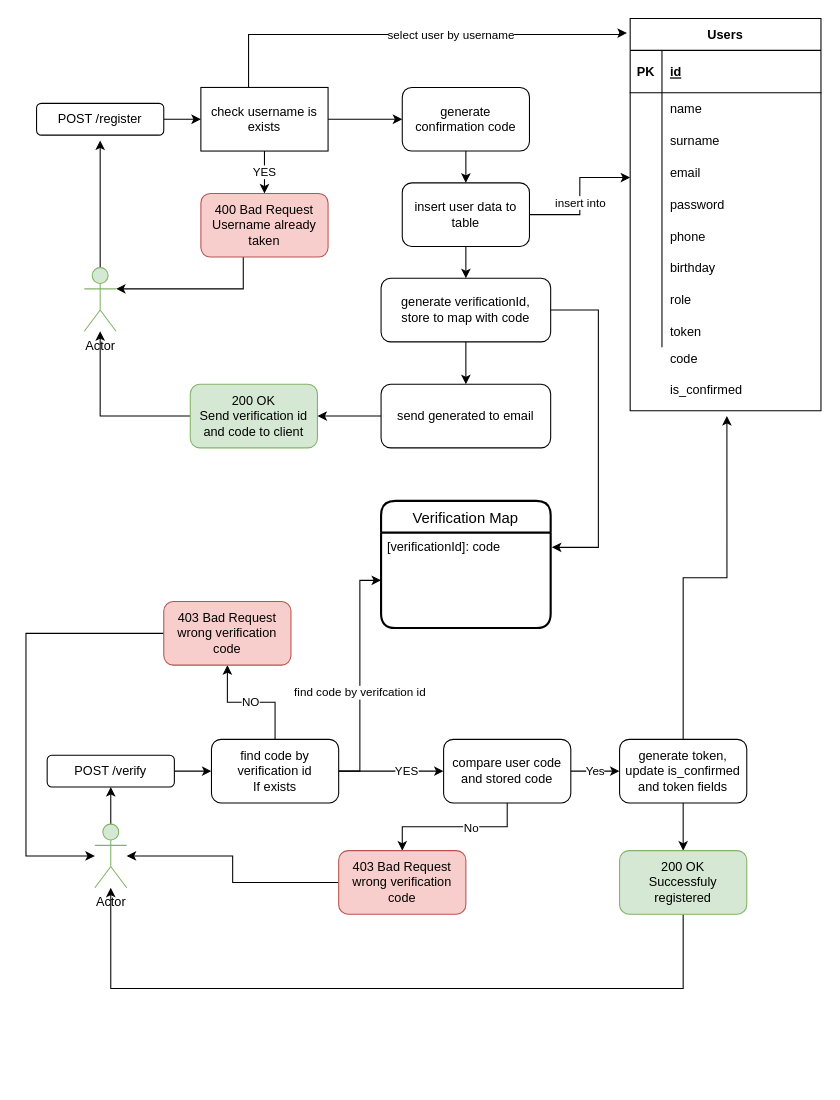
Earlier version of the draw.io diagram page "Страница 1" (1 of 2) of Faveo/API Specification/Диаграмма без названия.drawio (DATA-Juniors/specifications). Source tidied: cells renumbered, new cells numbered last; positions are measured from the earlier drawing's top-left corner, leaving out a move shared by most shapes. Both pictures are drawn from the tidied source at 106%, with x=0, y=0 at pixel (25, 18).
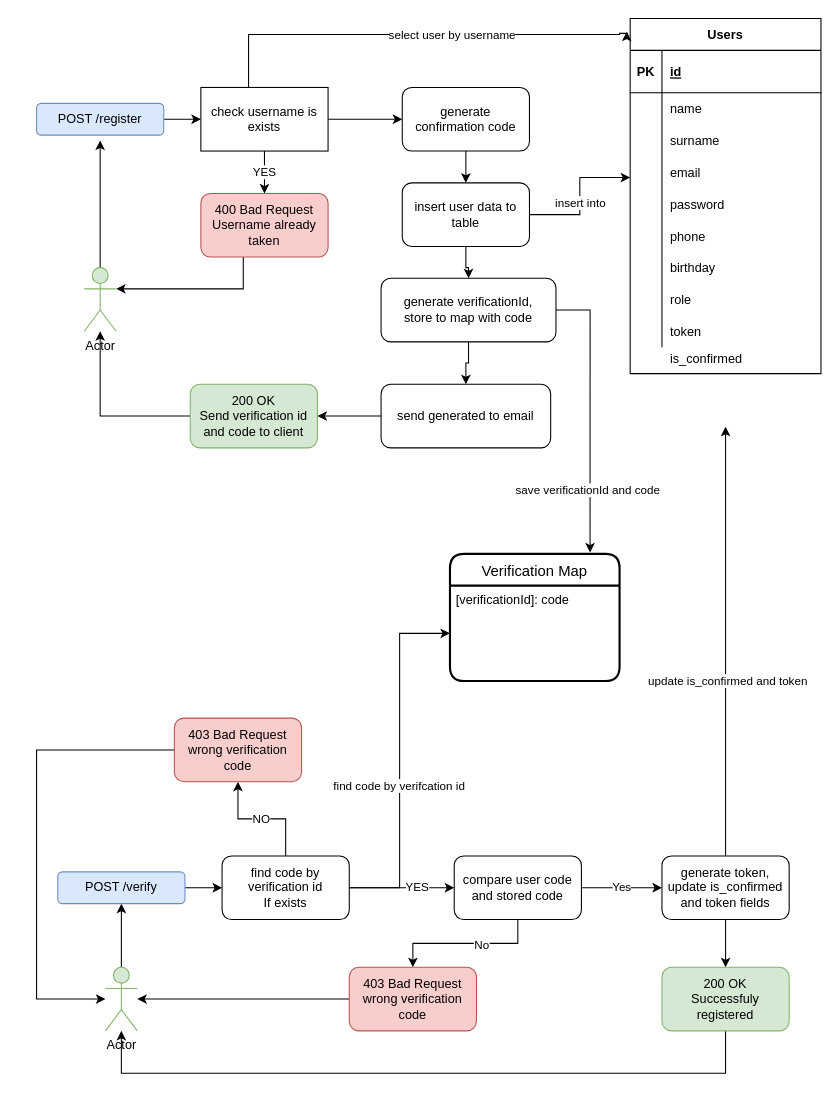
Above is the later version.

The change refers to these unchanged cells:
```xml
<mxCell id="47" style="shape=tableRow;horizontal=0;startSize=0;swimlaneHead=0;swimlaneBody=0;fillColor=none;points=[[0,0.5],[1,0.5]];portConstraint=eastwest;top=0;left=0;right=0;bottom=0;" parent="1" vertex="1">
  <mxGeometry x="570" y="345" width="180" height="30" as="geometry" />
</mxCell>
<mxCell id="63" value="[verificationId]: code" style="align=left;strokeColor=none;fillColor=none;spacingLeft=4;fontSize=12;verticalAlign=top;" parent="62" vertex="1">
  <mxGeometry y="30" width="160" height="90" as="geometry" />
</mxCell>
```

What changed in the source:
```diff
@@
-    <mxCell id="5" value="POST /register" style="rounded=1;whiteSpace=wrap;html=1;" parent="1" vertex="1">
+    <mxCell id="5" value="POST /register" style="rounded=1;whiteSpace=wrap;html=1;fillColor=#dae8fc;strokeColor=#6c8ebf;" parent="1" vertex="1">
       <mxGeometry x="10" y="80" width="120" height="30" as="geometry" />
     </mxCell>
     <mxCell id="6" value="Users" style="shape=table;startSize=30;childLayout=tableLayout;rowLines=0;fontStyle=1;align=center;" parent="1" vertex="1">
-      <mxGeometry x="570" width="180" height="370" as="geometry" />
+      <mxGeometry x="570" width="180" height="335" as="geometry" />
     </mxCell>
@@
-    <mxCell id="49" value="code" style="shape=partialRectangle;fillColor=none;top=0;left=0;bottom=0;right=0;align=left;spacingLeft=6;overflow=hidden;" parent="1" vertex="1">
-      <mxGeometry x="600" y="305" width="150" height="30" as="geometry" />
-    </mxCell>
     <mxCell id="50" value="is_confirmed" style="shape=partialRectangle;fillColor=none;top=0;left=0;bottom=0;right=0;align=left;spacingLeft=6;overflow=hidden;" parent="1" vertex="1">
-      <mxGeometry x="600" y="335" width="150" height="30" as="geometry" />
+      <mxGeometry x="600" y="305" width="150" height="30" as="geometry" />
     </mxCell>
@@
-    <mxCell id="52" style="edgeStyle=orthogonalEdgeStyle;rounded=0;jettySize=auto;html=1;entryX=1.007;entryY=0.154;entryDx=0;entryDy=0;entryPerimeter=0;" parent="1" edge="1" source="53" target="63">
-      <mxGeometry relative="1" as="geometry">
-        <Array as="points">
-          <mxPoint x="540" y="275" />
-          <mxPoint x="540" y="499" />
-        </Array>
-      </mxGeometry>
-    </mxCell>
+    <mxCell id="83" style="edgeStyle=orthogonalEdgeStyle;rounded=0;jettySize=auto;html=1;entryX=0.826;entryY=-0.011;entryDx=0;entryDy=0;entryPerimeter=0;" parent="1" edge="1" source="53" target="62">
+      <mxGeometry relative="1" as="geometry">
+        <Array as="points">
+          <mxPoint x="532" y="275" />
+        </Array>
+      </mxGeometry>
+    </mxCell>
+    <mxCell id="84" value="save verificationId and code" style="edgeLabel;html=1;align=center;verticalAlign=middle;" parent="83" vertex="1">
+      <mxGeometry x="0.28" y="-3" relative="1" as="geometry">
+        <mxPoint y="35" as="offset" />
+      </mxGeometry>
+    </mxCell>
     <mxCell id="53" value="generate verificationId, &lt;br&gt;store to map with code" style="rounded=1;whiteSpace=wrap;html=1;" parent="1" vertex="1">
-      <mxGeometry x="335" y="245" width="160" height="60" as="geometry" />
+      <mxGeometry x="335" y="245" width="165" height="60" as="geometry" />
     </mxCell>
@@
     <mxCell id="59" value="Actor" style="shape=umlActor;verticalLabelPosition=bottom;verticalAlign=top;html=1;outlineConnect=0;fillColor=#d5e8d4;strokeColor=#82b366;" parent="1" vertex="1">
-      <mxGeometry x="65" y="760" width="30" height="60" as="geometry" />
+      <mxGeometry x="75" y="895" width="30" height="60" as="geometry" />
     </mxCell>
@@
-    <mxCell id="61" value="POST /verify" style="rounded=1;whiteSpace=wrap;html=1;" parent="1" vertex="1">
-      <mxGeometry x="20" y="695" width="120" height="30" as="geometry" />
+    <mxCell id="61" value="POST /verify" style="rounded=1;whiteSpace=wrap;html=1;fillColor=#dae8fc;strokeColor=#6c8ebf;" parent="1" vertex="1">
+      <mxGeometry x="30" y="805" width="120" height="30" as="geometry" />
     </mxCell>
     <mxCell id="62" value="Verification Map" style="swimlane;horizontal=1;startSize=30;rounded=1;fontSize=14;fontStyle=0;strokeWidth=2;shadow=0;dashed=0;align=center;" parent="1" vertex="1">
-      <mxGeometry x="335" y="455" width="160" height="120" as="geometry" />
+      <mxGeometry x="400" y="505" width="160" height="120" as="geometry" />
     </mxCell>
@@
     <mxCell id="69" value="find code by verification id&lt;br&gt;If exists" style="rounded=1;whiteSpace=wrap;html=1;" parent="1" vertex="1">
-      <mxGeometry x="175" y="680" width="120" height="60" as="geometry" />
+      <mxGeometry x="185" y="790" width="120" height="60" as="geometry" />
     </mxCell>
@@
     <mxCell id="73" value="compare user code and stored code" style="rounded=1;whiteSpace=wrap;html=1;" parent="1" vertex="1">
-      <mxGeometry x="394" y="680" width="120" height="60" as="geometry" />
+      <mxGeometry x="404" y="790" width="120" height="60" as="geometry" />
     </mxCell>
     <mxCell id="74" style="edgeStyle=orthogonalEdgeStyle;rounded=0;jettySize=auto;html=1;" parent="1" edge="1" source="75" target="59">
       <mxGeometry x="0.09" y="-100" relative="1" as="geometry">
         <Array as="points">
-          <mxPoint y="580" />
-          <mxPoint y="790" />
+          <mxPoint x="10" y="690" />
+          <mxPoint x="10" y="925" />
         </Array>
       </mxGeometry>
     </mxCell>
     <mxCell id="75" value="403 Bad Request&lt;br&gt;wrong verification code" style="rounded=1;whiteSpace=wrap;html=1;fillColor=#f8cecc;strokeColor=#b85450;" parent="1" vertex="1">
-      <mxGeometry x="130" y="550" width="120" height="60" as="geometry" />
+      <mxGeometry x="140" y="660" width="120" height="60" as="geometry" />
     </mxCell>
@@
     <mxCell id="77" value="403 Bad Request&lt;br style=&quot;border-color: var(--border-color);&quot;&gt;wrong verification code" style="rounded=1;whiteSpace=wrap;html=1;fillColor=#f8cecc;strokeColor=#b85450;" parent="1" vertex="1">
-      <mxGeometry x="295" y="785" width="120" height="60" as="geometry" />
+      <mxGeometry x="305" y="895" width="120" height="60" as="geometry" />
     </mxCell>
-    <mxCell id="78" style="edgeStyle=orthogonalEdgeStyle;rounded=0;jettySize=auto;html=1;entryX=0.507;entryY=1;entryDx=0;entryDy=0;entryPerimeter=0;" parent="1" edge="1" source="80" target="47">
-      <mxGeometry relative="1" as="geometry" />
-    </mxCell>
@@
+    <mxCell id="85" style="edgeStyle=orthogonalEdgeStyle;rounded=0;jettySize=auto;html=1;" parent="1" edge="1" source="80">
+      <mxGeometry relative="1" as="geometry">
+        <mxPoint x="660" y="385" as="targetPoint" />
+      </mxGeometry>
+    </mxCell>
+    <mxCell id="86" value="update is_confirmed and token" style="edgeLabel;html=1;align=center;verticalAlign=middle;" parent="85" vertex="1">
+      <mxGeometry x="-0.18" y="-1" relative="1" as="geometry" />
+    </mxCell>
     <mxCell id="80" value="generate token, update is_confirmed and token fields" style="rounded=1;whiteSpace=wrap;html=1;" parent="1" vertex="1">
-      <mxGeometry x="560" y="680" width="120" height="60" as="geometry" />
+      <mxGeometry x="600" y="790" width="120" height="60" as="geometry" />
     </mxCell>
     <mxCell id="81" style="edgeStyle=orthogonalEdgeStyle;rounded=0;jettySize=auto;html=1;" parent="1" edge="1" source="82" target="59">
       <mxGeometry relative="1" as="geometry">
         <Array as="points">
-          <mxPoint x="620" y="915" />
-          <mxPoint x="80" y="915" />
+          <mxPoint x="660" y="995" />
+          <mxPoint x="90" y="995" />
         </Array>
       </mxGeometry>
     </mxCell>
     <mxCell id="82" value="200 OK&lt;br&gt;Successfuly registered" style="rounded=1;whiteSpace=wrap;html=1;fillColor=#d5e8d4;strokeColor=#82b366;" parent="1" vertex="1">
-      <mxGeometry x="560" y="785" width="120" height="60" as="geometry" />
+      <mxGeometry x="600" y="895" width="120" height="60" as="geometry" />
     </mxCell>
```
